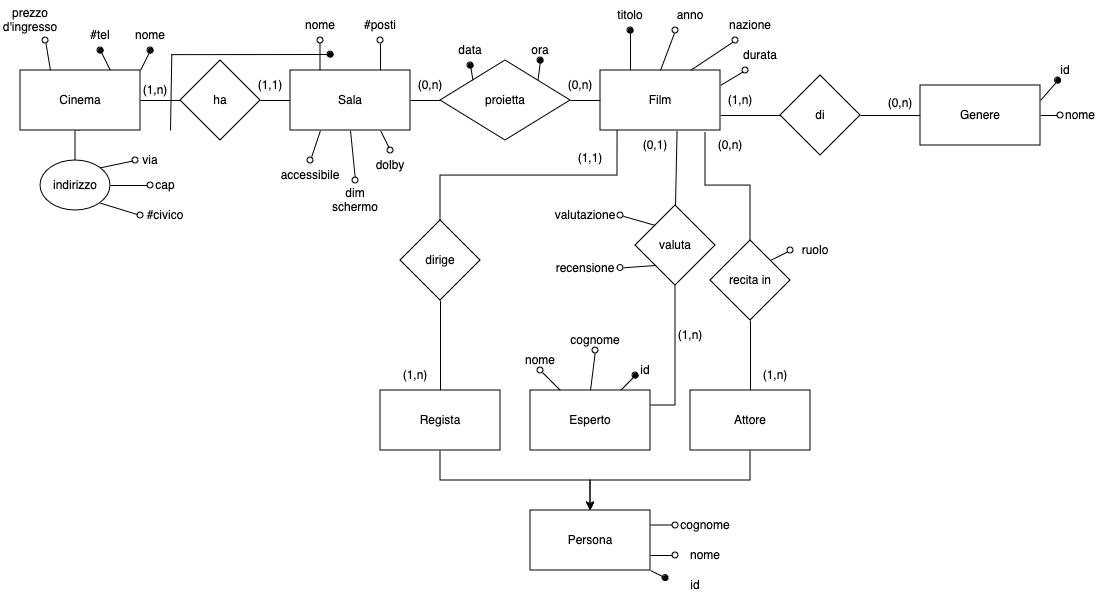
Earlier version of the draw.io export Cinema.drawio.png (GekkeijuITA/BD). Source tidied: cells renumbered, new cells last; positions are measured from the earlier drawing's top-left corner, leaving out a move shared by most shapes.
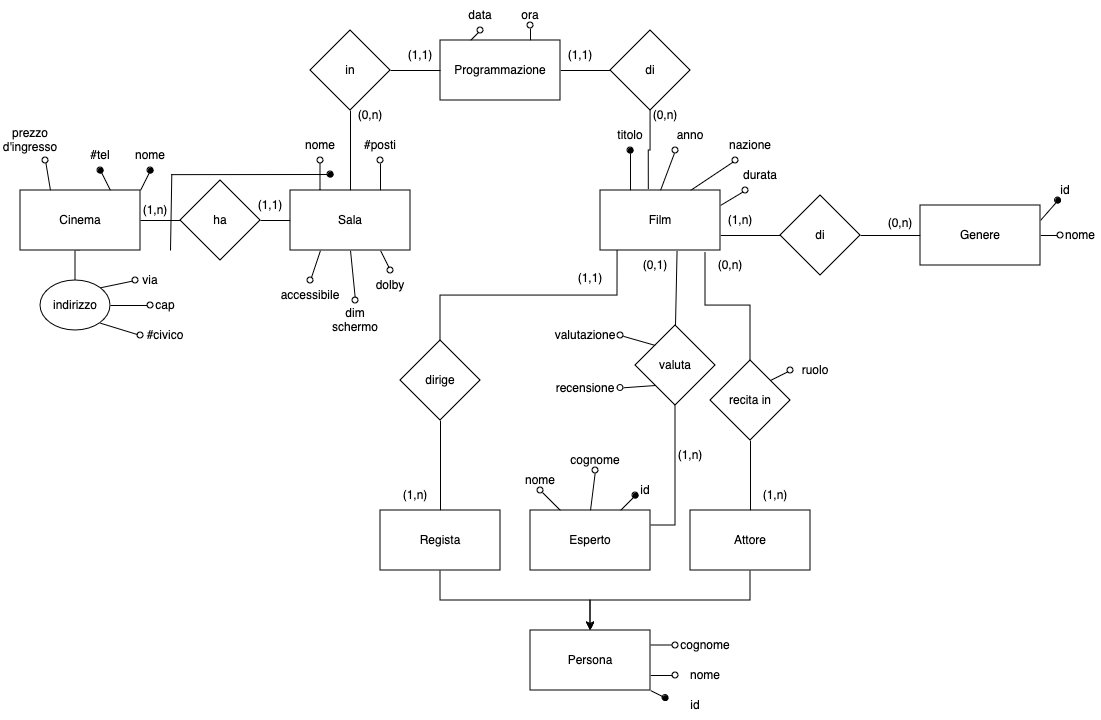
Later version of the same file.

Diff of the diagram source:
```diff
@@ -17,9 +17,6 @@
     <mxCell id="6" value="&lt;div&gt;Cinema&lt;/div&gt;" style="rounded=0;whiteSpace=wrap;html=1;" parent="1" vertex="1">
       <mxGeometry x="20" y="70" width="120" height="60" as="geometry" />
     </mxCell>
-    <mxCell id="7" style="edgeStyle=orthogonalEdgeStyle;rounded=0;jettySize=auto;html=1;exitX=1;exitY=0.5;exitDx=0;exitDy=0;entryX=0;entryY=0.5;entryDx=0;entryDy=0;endArrow=none;endFill=0;" parent="1" edge="1" source="14" target="24">
-      <mxGeometry relative="1" as="geometry" />
-    </mxCell>
     <mxCell id="8" style="edgeStyle=orthogonalEdgeStyle;rounded=0;jettySize=auto;html=1;exitX=0;exitY=0.5;exitDx=0;exitDy=0;entryX=1;entryY=0.5;entryDx=0;entryDy=0;endArrow=none;endFill=0;" parent="1" edge="1" source="14" target="30">
       <mxGeometry relative="1" as="geometry" />
     </mxCell>
@@ -43,6 +40,9 @@
     <mxCell id="13" style="rounded=0;jettySize=auto;html=1;exitX=0.5;exitY=1;exitDx=0;exitDy=0;entryX=0.5;entryY=0;entryDx=0;entryDy=0;endArrow=oval;endFill=0;" parent="1" edge="1" source="14" target="96">
       <mxGeometry relative="1" as="geometry" />
     </mxCell>
+    <mxCell id="102" style="edgeStyle=orthogonalEdgeStyle;rounded=0;jettySize=auto;html=1;exitX=0.5;exitY=0;exitDx=0;exitDy=0;entryX=0.5;entryY=1;entryDx=0;entryDy=0;endArrow=none;endFill=0;" parent="1" edge="1" source="14" target="108">
+      <mxGeometry relative="1" as="geometry" />
+    </mxCell>
     <mxCell id="14" value="&lt;div&gt;Sala&lt;/div&gt;" style="rounded=0;whiteSpace=wrap;html=1;" parent="1" vertex="1">
       <mxGeometry x="290" y="70" width="120" height="60" as="geometry" />
     </mxCell>
@@ -64,18 +64,6 @@
     <mxCell id="20" value="Film" style="rounded=0;whiteSpace=wrap;html=1;" parent="1" vertex="1">
       <mxGeometry x="600" y="70" width="120" height="60" as="geometry" />
     </mxCell>
-    <mxCell id="21" style="edgeStyle=orthogonalEdgeStyle;rounded=0;jettySize=auto;html=1;exitX=1;exitY=0.5;exitDx=0;exitDy=0;entryX=0;entryY=0.5;entryDx=0;entryDy=0;endArrow=none;endFill=0;" parent="1" edge="1" source="24" target="20">
-      <mxGeometry relative="1" as="geometry" />
-    </mxCell>
-    <mxCell id="22" style="rounded=0;jettySize=auto;html=1;exitX=0;exitY=0;exitDx=0;exitDy=0;entryX=0.5;entryY=1;entryDx=0;entryDy=0;endArrow=oval;endFill=1;" parent="1" edge="1" source="24" target="100">
-      <mxGeometry relative="1" as="geometry" />
-    </mxCell>
-    <mxCell id="23" style="rounded=0;jettySize=auto;html=1;exitX=1;exitY=0;exitDx=0;exitDy=0;entryX=0.5;entryY=1;entryDx=0;entryDy=0;endArrow=oval;endFill=1;" parent="1" edge="1" source="24" target="101">
-      <mxGeometry relative="1" as="geometry" />
-    </mxCell>
-    <mxCell id="24" value="proietta" style="rhombus;whiteSpace=wrap;html=1;rounded=0;" parent="1" vertex="1">
-      <mxGeometry x="440" y="60" width="130" height="80" as="geometry" />
-    </mxCell>
     <mxCell id="25" style="edgeStyle=orthogonalEdgeStyle;rounded=0;jettySize=auto;html=1;exitX=1;exitY=0.25;exitDx=0;exitDy=0;entryX=0;entryY=0.5;entryDx=0;entryDy=0;endArrow=oval;endFill=0;" parent="1" edge="1" source="28" target="76">
       <mxGeometry relative="1" as="geometry">
         <Array as="points">
@@ -216,12 +204,6 @@
     <mxCell id="69" value="(1,n)" style="text;html=1;align=center;verticalAlign=middle;whiteSpace=wrap;rounded=0;" parent="1" vertex="1">
       <mxGeometry x="385" y="360" width="60" height="30" as="geometry" />
     </mxCell>
-    <mxCell id="70" value="(0,n)" style="text;html=1;align=center;verticalAlign=middle;whiteSpace=wrap;rounded=0;" parent="1" vertex="1">
-      <mxGeometry x="400" y="70" width="60" height="30" as="geometry" />
-    </mxCell>
-    <mxCell id="71" value="(0,n)" style="text;html=1;align=center;verticalAlign=middle;whiteSpace=wrap;rounded=0;" parent="1" vertex="1">
-      <mxGeometry x="550" y="70" width="60" height="30" as="geometry" />
-    </mxCell>
     <mxCell id="72" value="(1,n)" style="text;html=1;align=center;verticalAlign=middle;whiteSpace=wrap;rounded=0;" parent="1" vertex="1">
       <mxGeometry x="745" y="360" width="60" height="30" as="geometry" />
     </mxCell>
@@ -311,10 +293,46 @@
       </mxGeometry>
     </mxCell>
     <mxCell id="100" value="data" style="text;html=1;align=center;verticalAlign=middle;whiteSpace=wrap;rounded=0;" parent="1" vertex="1">
-      <mxGeometry x="440" y="35" width="60" height="30" as="geometry" />
+      <mxGeometry x="450" y="-120" width="60" height="30" as="geometry" />
     </mxCell>
     <mxCell id="101" value="ora" style="text;html=1;align=center;verticalAlign=middle;whiteSpace=wrap;rounded=0;" parent="1" vertex="1">
-      <mxGeometry x="510" y="40" width="60" height="20" as="geometry" />
+      <mxGeometry x="500" y="-115" width="60" height="20" as="geometry" />
     </mxCell>
+    <mxCell id="103" style="edgeStyle=orthogonalEdgeStyle;rounded=0;jettySize=auto;html=1;exitX=1;exitY=0.5;exitDx=0;exitDy=0;entryX=0;entryY=0.5;entryDx=0;entryDy=0;endArrow=none;endFill=0;" parent="1" edge="1" source="106" target="109">
+      <mxGeometry relative="1" as="geometry" />
+    </mxCell>
+    <mxCell id="104" style="rounded=0;jettySize=auto;html=1;exitX=0.25;exitY=0;exitDx=0;exitDy=0;entryX=0.5;entryY=1;entryDx=0;entryDy=0;endArrow=oval;endFill=0;" parent="1" edge="1" source="106" target="100">
+      <mxGeometry relative="1" as="geometry" />
+    </mxCell>
+    <mxCell id="105" style="edgeStyle=orthogonalEdgeStyle;rounded=0;jettySize=auto;html=1;exitX=0.75;exitY=0;exitDx=0;exitDy=0;entryX=0.5;entryY=1;entryDx=0;entryDy=0;endArrow=oval;endFill=0;" parent="1" edge="1" source="106" target="101">
+      <mxGeometry relative="1" as="geometry" />
+    </mxCell>
+    <mxCell id="106" value="Programmazione" style="rounded=0;whiteSpace=wrap;html=1;" parent="1" vertex="1">
+      <mxGeometry x="440" y="-80" width="120" height="60" as="geometry" />
+    </mxCell>
+    <mxCell id="107" style="edgeStyle=orthogonalEdgeStyle;rounded=0;jettySize=auto;html=1;exitX=1;exitY=0.5;exitDx=0;exitDy=0;entryX=0;entryY=0.5;entryDx=0;entryDy=0;endArrow=none;endFill=0;" parent="1" edge="1" source="108" target="106">
+      <mxGeometry relative="1" as="geometry" />
+    </mxCell>
+    <mxCell id="108" value="in" style="rhombus;whiteSpace=wrap;html=1;rounded=0;" parent="1" vertex="1">
+      <mxGeometry x="310" y="-90" width="80" height="80" as="geometry" />
+    </mxCell>
+    <mxCell id="109" value="di" style="rhombus;whiteSpace=wrap;html=1;rounded=0;" parent="1" vertex="1">
+      <mxGeometry x="610" y="-90" width="80" height="80" as="geometry" />
+    </mxCell>
+    <mxCell id="110" style="edgeStyle=orthogonalEdgeStyle;rounded=0;jettySize=auto;html=1;exitX=0.5;exitY=1;exitDx=0;exitDy=0;entryX=0.402;entryY=-0.013;entryDx=0;entryDy=0;entryPerimeter=0;endArrow=none;endFill=0;" parent="1" edge="1" source="109" target="20">
+      <mxGeometry relative="1" as="geometry" />
+    </mxCell>
+    <mxCell id="111" value="(1,1)" style="text;html=1;align=center;verticalAlign=middle;whiteSpace=wrap;rounded=0;" parent="1" vertex="1">
+      <mxGeometry x="550" y="-80" width="60" height="30" as="geometry" />
+    </mxCell>
+    <mxCell id="112" value="(0,n)" style="text;html=1;align=center;verticalAlign=middle;whiteSpace=wrap;rounded=0;" parent="1" vertex="1">
+      <mxGeometry x="635" y="-20" width="60" height="30" as="geometry" />
+    </mxCell>
+    <mxCell id="113" value="(0,n)" style="text;html=1;align=center;verticalAlign=middle;whiteSpace=wrap;rounded=0;" parent="1" vertex="1">
+      <mxGeometry x="340" y="-20" width="60" height="30" as="geometry" />
+    </mxCell>
+    <mxCell id="114" value="(1,1)" style="text;html=1;align=center;verticalAlign=middle;whiteSpace=wrap;rounded=0;" parent="1" vertex="1">
+      <mxGeometry x="390" y="-80" width="60" height="30" as="geometry" />
+    </mxCell>
   </root>
 </mxGraphModel>
```
